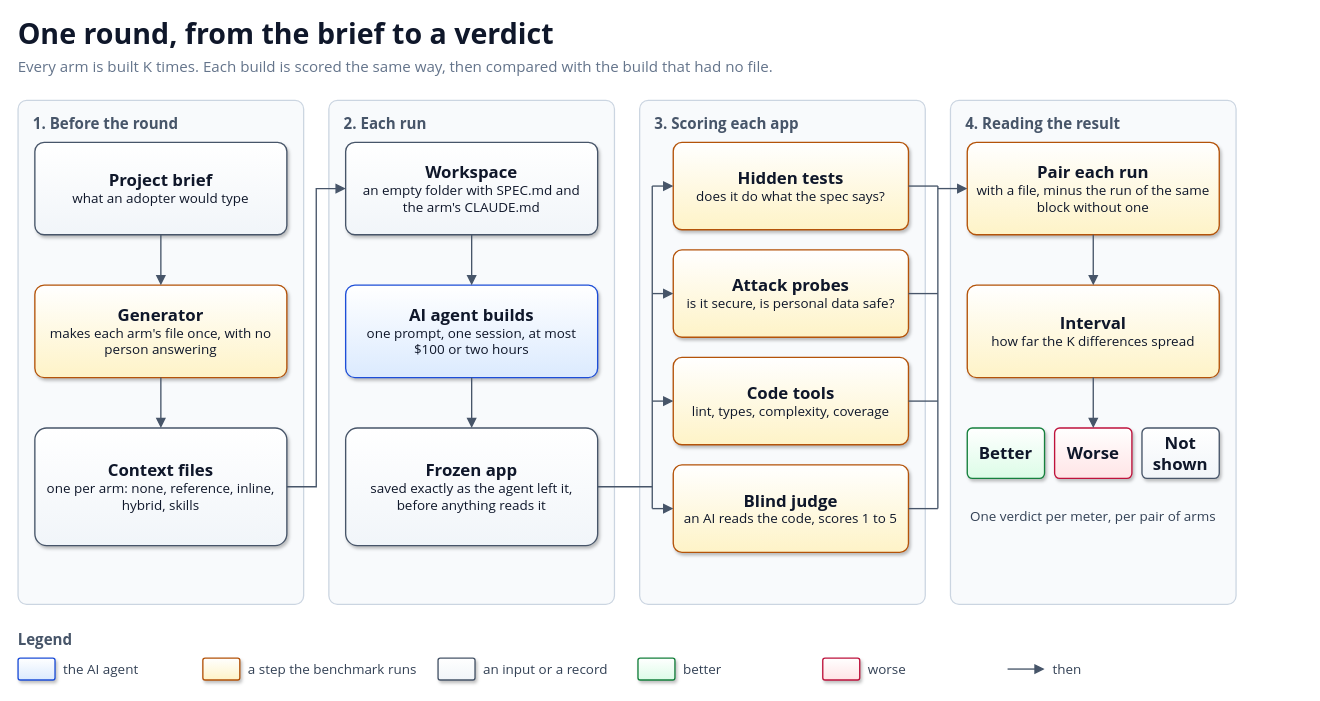
This is docs/diagrams/round-flow.drawio from solid-ai-dev/solid-ai-benchmark, a draw.io file, before an edit. Source tidied: cells renumbered, new cells numbered last; positions are measured from the earlier drawing's top-left corner, leaving out a move shared by most shapes. Both pictures are drawn from the tidied source at 84%, with x=0, y=0 at pixel (18, 14).
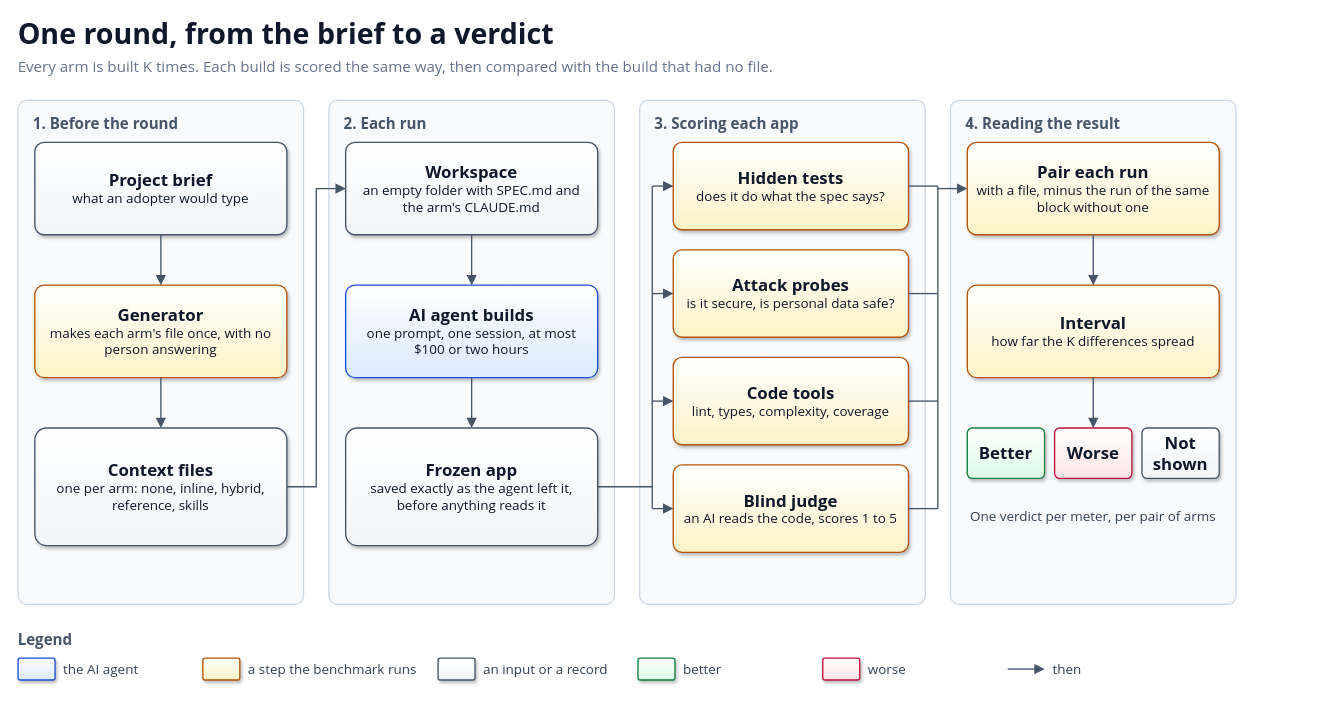
The same page after the edit.

Commit message (it also covers changes not shown here):
docs(primer): order the arms from all rules inline to rules on demand (#22)

Change to the diagram source:
```diff
@@
-    <mxCell id="10" value="&lt;b style='font-size:20px'&gt;Context files&lt;/b&gt;&lt;br&gt;&lt;span style='font-size:16px'&gt;one per arm: none, reference, inline, hybrid, skills&lt;/span&gt;" style="rounded=1;arcSize=10;whiteSpace=wrap;html=1;fillColor=#F1F5F9;gradientColor=#FFFFFF;gradientDirection=north;strokeColor=#475569;strokeWidth=1.6;shadow=1;align=center;verticalAlign=middle;fontFamily=Segoe UI;fontColor=#0F172A;spacing=8;" parent="1" vertex="1">
+    <mxCell id="10" value="&lt;b style='font-size:20px'&gt;Context files&lt;/b&gt;&lt;br&gt;&lt;span style='font-size:16px'&gt;one per arm: none, inline, hybrid, reference, skills&lt;/span&gt;" style="rounded=1;arcSize=10;whiteSpace=wrap;html=1;fillColor=#F1F5F9;gradientColor=#FFFFFF;gradientDirection=north;strokeColor=#475569;strokeWidth=1.6;shadow=1;align=center;verticalAlign=middle;fontFamily=Segoe UI;fontColor=#0F172A;spacing=8;" parent="1" vertex="1">
       <mxGeometry x="20" y="492" width="300" height="140" as="geometry" />
     </mxCell>
```
